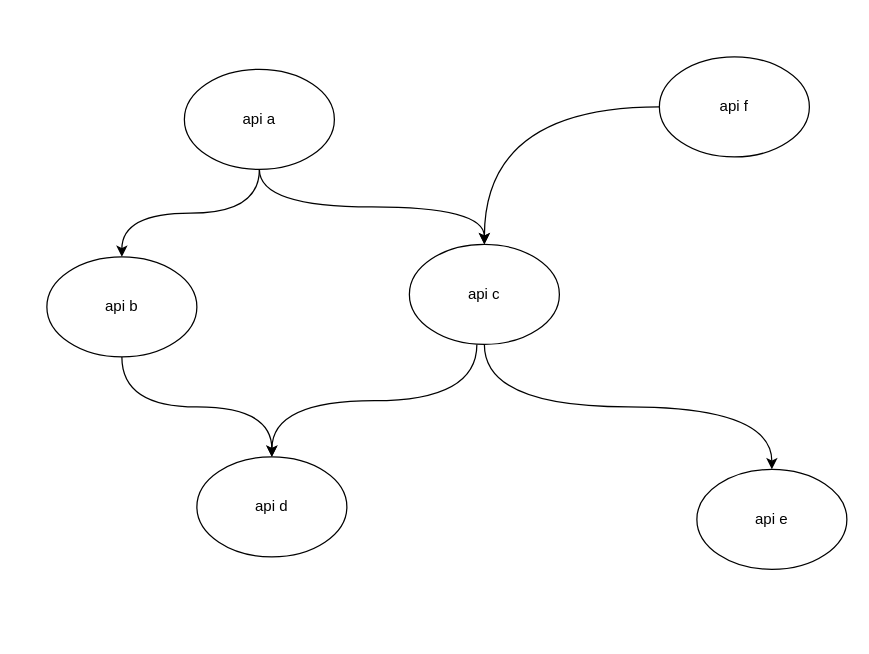
The draw.io diagram 接口拓扑.drawio in biuboombiuboom/mydrawio, before the edit. Source tidied: cells renumbered, new cells numbered last; positions are measured from the earlier drawing's top-left corner, leaving out a move shared by most shapes. Both pictures are drawn from the tidied source at 125%, with x=0, y=0 at pixel (46, 56).
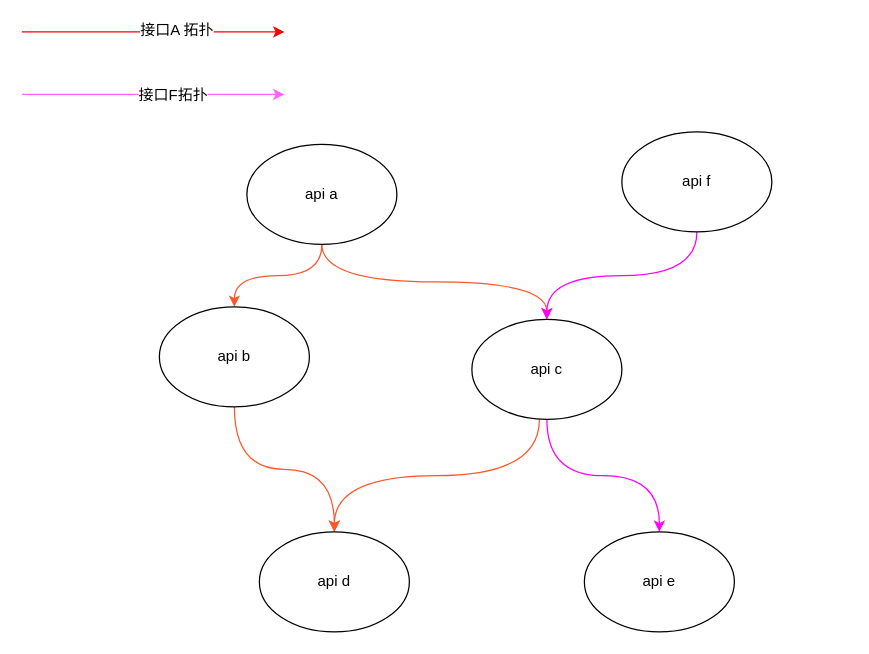
Above is the later version.

Commit message (it also covers changes not shown here):
更新接口拓扑.drawio

The edit, as a diff of the source:
```diff
@@
-    <mxCell id="2" style="edgeStyle=orthogonalEdgeStyle;rounded=0;jettySize=auto;html=1;entryX=0.5;entryY=0;entryDx=0;entryDy=0;curved=1;" parent="1" edge="1" source="4" target="6">
+    <mxCell id="2" style="edgeStyle=orthogonalEdgeStyle;rounded=0;jettySize=auto;html=1;entryX=0.5;entryY=0;entryDx=0;entryDy=0;curved=1;strokeColor=#FF562B;" parent="1" edge="1" source="4" target="6">
       <mxGeometry relative="1" as="geometry" />
     </mxCell>
-    <mxCell id="3" style="edgeStyle=orthogonalEdgeStyle;curved=1;rounded=0;jettySize=auto;html=1;exitX=0.5;exitY=1;exitDx=0;exitDy=0;" parent="1" edge="1" source="4" target="9">
+    <mxCell id="3" style="edgeStyle=orthogonalEdgeStyle;curved=1;rounded=0;jettySize=auto;html=1;exitX=0.5;exitY=1;exitDx=0;exitDy=0;strokeColor=#FF562B;" parent="1" edge="1" source="4" target="9">
       <mxGeometry relative="1" as="geometry" />
     </mxCell>
     <mxCell id="4" value="api a" style="ellipse;whiteSpace=wrap;html=1;" parent="1" vertex="1">
-      <mxGeometry x="110" y="10" width="120" height="80" as="geometry" />
+      <mxGeometry x="160" y="70" width="120" height="80" as="geometry" />
     </mxCell>
-    <mxCell id="5" style="edgeStyle=orthogonalEdgeStyle;curved=1;rounded=0;jettySize=auto;html=1;" parent="1" edge="1" source="6" target="10">
+    <mxCell id="5" style="edgeStyle=orthogonalEdgeStyle;curved=1;rounded=0;jettySize=auto;html=1;strokeColor=#FF562B;exitX=0.5;exitY=1;exitDx=0;exitDy=0;" parent="1" edge="1" source="6" target="10">
       <mxGeometry relative="1" as="geometry" />
     </mxCell>
     <mxCell id="6" value="api b" style="ellipse;whiteSpace=wrap;html=1;" parent="1" vertex="1">
-      <mxGeometry y="160" width="120" height="80" as="geometry" />
+      <mxGeometry x="90" y="200" width="120" height="80" as="geometry" />
     </mxCell>
-    <mxCell id="7" style="edgeStyle=orthogonalEdgeStyle;curved=1;rounded=0;jettySize=auto;html=1;exitX=0.5;exitY=1;exitDx=0;exitDy=0;" parent="1" edge="1" source="9" target="13">
+    <mxCell id="7" style="edgeStyle=orthogonalEdgeStyle;curved=1;rounded=0;jettySize=auto;html=1;exitX=0.5;exitY=1;exitDx=0;exitDy=0;strokeColor=#FF00FF;" parent="1" edge="1" source="9" target="13">
       <mxGeometry relative="1" as="geometry" />
     </mxCell>
-    <mxCell id="8" style="edgeStyle=orthogonalEdgeStyle;curved=1;rounded=0;jettySize=auto;html=1;exitX=0.45;exitY=1;exitDx=0;exitDy=0;exitPerimeter=0;" parent="1" edge="1" source="9" target="10">
+    <mxCell id="8" style="edgeStyle=orthogonalEdgeStyle;curved=1;rounded=0;jettySize=auto;html=1;exitX=0.45;exitY=1;exitDx=0;exitDy=0;exitPerimeter=0;strokeColor=#FF562B;" parent="1" edge="1" source="9" target="10">
       <mxGeometry relative="1" as="geometry" />
     </mxCell>
     <mxCell id="9" value="api c" style="ellipse;whiteSpace=wrap;html=1;" parent="1" vertex="1">
-      <mxGeometry x="290" y="150" width="120" height="80" as="geometry" />
+      <mxGeometry x="340" y="210" width="120" height="80" as="geometry" />
     </mxCell>
     <mxCell id="10" value="api d" style="ellipse;whiteSpace=wrap;html=1;" parent="1" vertex="1">
-      <mxGeometry x="120" y="320" width="120" height="80" as="geometry" />
+      <mxGeometry x="170" y="380" width="120" height="80" as="geometry" />
     </mxCell>
-    <mxCell id="11" style="edgeStyle=orthogonalEdgeStyle;curved=1;rounded=0;jettySize=auto;html=1;entryX=0.5;entryY=0;entryDx=0;entryDy=0;" parent="1" edge="1" source="12" target="9">
+    <mxCell id="11" style="edgeStyle=orthogonalEdgeStyle;curved=1;rounded=0;jettySize=auto;html=1;entryX=0.5;entryY=0;entryDx=0;entryDy=0;strokeColor=#FF00FF;" parent="1" edge="1" source="12" target="9">
       <mxGeometry relative="1" as="geometry" />
     </mxCell>
     <mxCell id="12" value="api f" style="ellipse;whiteSpace=wrap;html=1;" parent="1" vertex="1">
-      <mxGeometry x="490" width="120" height="80" as="geometry" />
+      <mxGeometry x="460" y="60" width="120" height="80" as="geometry" />
     </mxCell>
     <mxCell id="13" value="api e" style="ellipse;whiteSpace=wrap;html=1;" parent="1" vertex="1">
-      <mxGeometry x="520" y="330" width="120" height="80" as="geometry" />
+      <mxGeometry x="430" y="380" width="120" height="80" as="geometry" />
     </mxCell>
+    <mxCell id="14" style="endArrow=classic;html=1;rounded=0;fontFamily=Helvetica;fontSize=12;fontColor=default;curved=1;strokeColor=#FF0000;" parent="1" edge="1">
+      <mxGeometry relative="1" as="geometry">
+        <mxPoint x="-20" y="-20" as="sourcePoint" />
+        <mxPoint x="190" y="-20" as="targetPoint" />
+      </mxGeometry>
+    </mxCell>
+    <mxCell id="15" value="接口A 拓扑" style="edgeLabel;html=1;align=center;verticalAlign=middle;dashed=1;strokeColor=default;fontFamily=Helvetica;fontSize=12;fontColor=default;fillColor=none;" parent="14" vertex="1">
+      <mxGeometry x="0.17" y="2" relative="1" as="geometry" />
+    </mxCell>
+    <mxCell id="16" style="endArrow=classic;html=1;rounded=0;fontFamily=Helvetica;fontSize=12;fontColor=default;curved=1;strokeColor=#FF66FF;" parent="1" edge="1">
+      <mxGeometry relative="1" as="geometry">
+        <mxPoint x="-20" y="30" as="sourcePoint" />
+        <mxPoint x="190" y="30" as="targetPoint" />
+      </mxGeometry>
+    </mxCell>
+    <mxCell id="17" value="接口F拓扑" style="edgeLabel;html=1;align=center;verticalAlign=middle;dashed=1;strokeColor=default;fontFamily=Helvetica;fontSize=12;fontColor=default;fillColor=none;" parent="16" vertex="1">
+      <mxGeometry x="-0.09" y="-4" relative="1" as="geometry">
+        <mxPoint x="24" y="-4" as="offset" />
+      </mxGeometry>
+    </mxCell>
```
